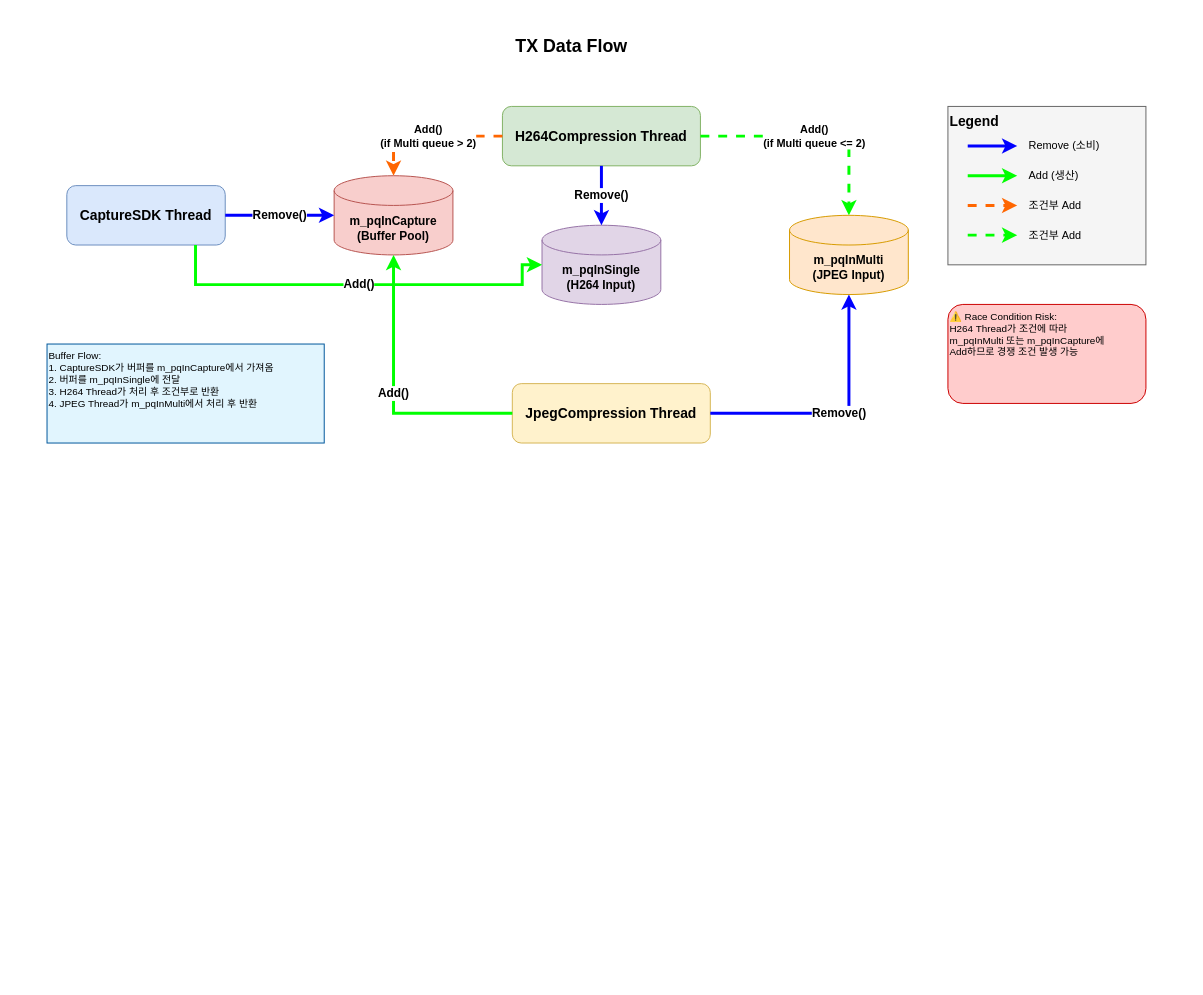
The draw.io diagram UML/mirero/TxArch.drawio in rhkdguskim/Study, before the edit. Source tidied: cells renumbered, new cells numbered last; positions are measured from the earlier drawing's top-left corner, leaving out a move shared by most shapes. Both pictures are drawn from the tidied source at 99%, with x=0, y=0 at pixel (47, 27).
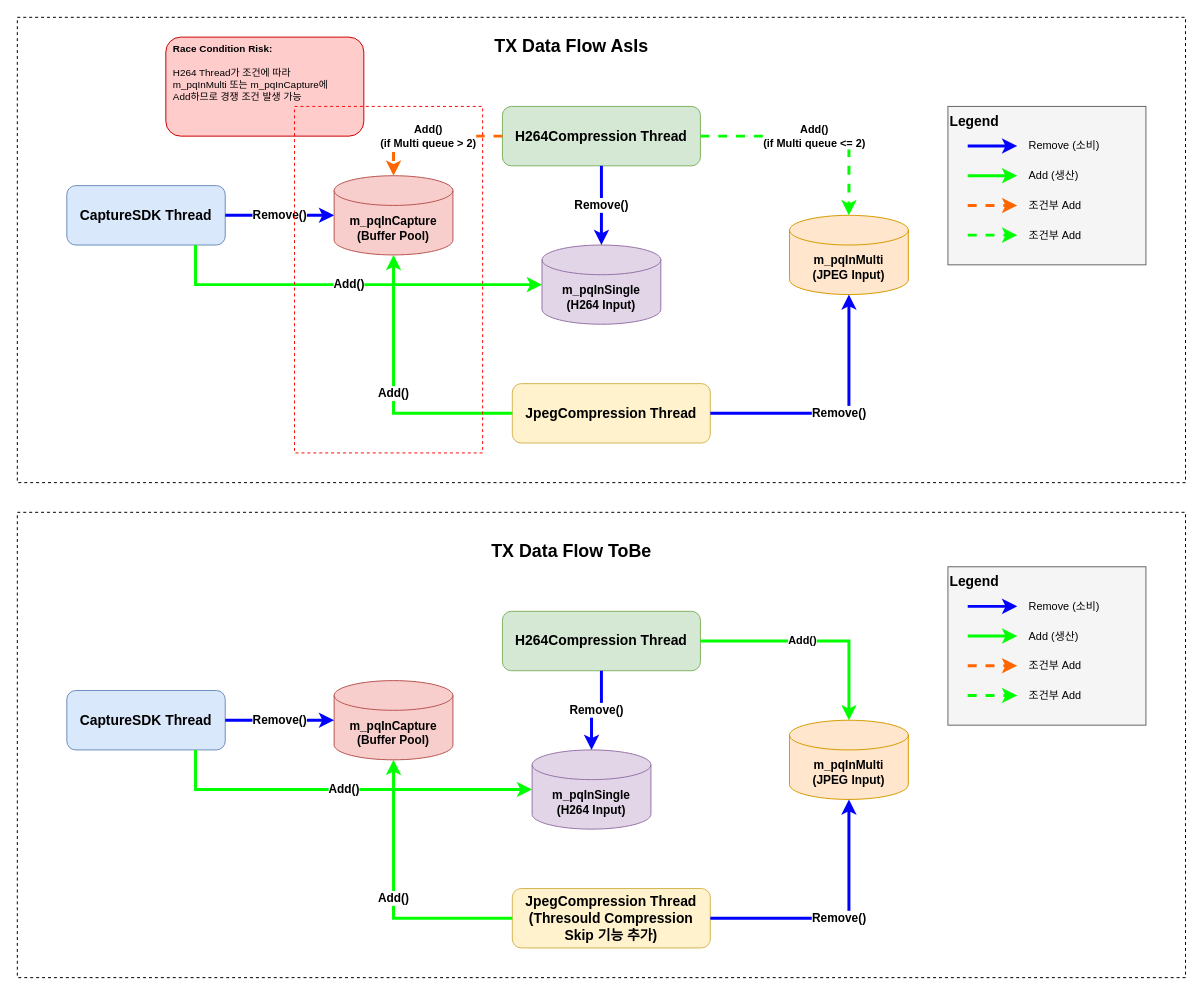
After the change.

The change refers to these unchanged cells:
```xml
<mxCell id="2" value="CaptureSDK Thread" style="rounded=1;whiteSpace=wrap;html=1;fillColor=#dae8fc;strokeColor=#6c8ebf;fontSize=14;fontStyle=1;" parent="1" vertex="1">
  <mxGeometry x="20" y="160" width="160" height="60" as="geometry" />
</mxCell>
```

What changed in the source:
```diff
@@
+    <mxCell id="27" style="rounded=0;whiteSpace=wrap;html=1;fillColor=none;dashed=1;" parent="1" vertex="1">
+      <mxGeometry x="-30" y="490" width="1180" height="470" as="geometry" />
+    </mxCell>
+    <mxCell id="28" style="rounded=0;whiteSpace=wrap;html=1;fillColor=none;dashed=1;" parent="1" vertex="1">
+      <mxGeometry x="-30" y="-10" width="1180" height="470" as="geometry" />
+    </mxCell>
@@
     <mxCell id="6" value="m_pqInSingle&lt;br&gt;(H264 Input)" style="shape=cylinder3;whiteSpace=wrap;html=1;boundedLbl=1;backgroundOutline=1;size=15;fillColor=#e1d5e7;strokeColor=#9673a6;fontSize=12;fontStyle=1;" parent="1" vertex="1">
-      <mxGeometry x="500" y="200" width="120" height="80" as="geometry" />
+      <mxGeometry x="500" y="220" width="120" height="80" as="geometry" />
     </mxCell>
@@
     <mxCell id="9" value="Add()" style="edgeStyle=orthogonalEdgeStyle;rounded=0;jettySize=auto;html=1;strokeWidth=3;strokeColor=#00FF00;fontSize=12;fontStyle=1;entryX=0;entryY=0.5;entryDx=0;entryDy=0;entryPerimeter=0;" parent="1" edge="1" source="2" target="6">
       <mxGeometry relative="1" as="geometry">
         <Array as="points">
           <mxPoint x="150" y="260" />
-          <mxPoint x="480" y="260" />
-          <mxPoint x="480" y="240" />
+          <mxPoint x="500" y="260" />
         </Array>
       </mxGeometry>
     </mxCell>
@@
-    <mxCell id="24" value="TX Data Flow" style="text;html=1;strokeColor=none;fillColor=none;align=center;verticalAlign=middle;whiteSpace=wrap;rounded=0;fontSize=18;fontStyle=1;" parent="1" vertex="1">
+    <mxCell id="24" value="TX Data Flow AsIs" style="text;html=1;strokeColor=none;fillColor=none;align=center;verticalAlign=middle;whiteSpace=wrap;rounded=0;fontSize=18;fontStyle=1;" parent="1" vertex="1">
       <mxGeometry x="310" width="440" height="40" as="geometry" />
     </mxCell>
-    <mxCell id="25" value="⚠️ Race Condition Risk:&lt;br&gt;H264 Thread가 조건에 따라&lt;br&gt;m_pqInMulti 또는 m_pqInCapture에&lt;br&gt;Add하므로 경쟁 조건 발생 가능" style="rounded=1;whiteSpace=wrap;html=1;fillColor=#ffcccc;strokeColor=#cc0000;fontSize=10;align=left;verticalAlign=top;" parent="1" vertex="1">
-      <mxGeometry x="910" y="280" width="200" height="100" as="geometry" />
+    <mxCell id="25" value="&lt;b&gt;&amp;nbsp; Race Condition Risk:&lt;br&gt;&lt;/b&gt;&lt;br&gt;&amp;nbsp; H264 Thread가 조건에 따라&lt;br&gt;&amp;nbsp; m_pqInMulti 또는 m_pqInCapture에&lt;br&gt;&amp;nbsp; Add하므로 경쟁 조건 발생 가능" style="rounded=1;whiteSpace=wrap;html=1;fillColor=#ffcccc;strokeColor=#cc0000;fontSize=10;align=left;verticalAlign=top;" parent="1" vertex="1">
+      <mxGeometry x="120" y="10" width="200" height="100" as="geometry" />
     </mxCell>
-    <mxCell id="26" value="Buffer Flow:&lt;br&gt;1. CaptureSDK가 버퍼를 m_pqInCapture에서 가져옴&lt;br&gt;2. 버퍼를 m_pqInSingle에 전달&lt;br&gt;3. H264 Thread가 처리 후 조건부로 반환&lt;br&gt;4. JPEG Thread가 m_pqInMulti에서 처리 후 반환" style="rounded=0;whiteSpace=wrap;html=1;fillColor=#e1f5fe;strokeColor=#01579b;fontSize=10;align=left;verticalAlign=top;" parent="1" vertex="1">
-      <mxGeometry y="320" width="280" height="100" as="geometry" />
-    </mxCell>
+    <mxCell id="29" value="CaptureSDK Thread" style="rounded=1;whiteSpace=wrap;html=1;fillColor=#dae8fc;strokeColor=#6c8ebf;fontSize=14;fontStyle=1;" parent="1" vertex="1">
+      <mxGeometry x="20" y="670" width="160" height="60" as="geometry" />
+    </mxCell>
+    <mxCell id="30" value="H264Compression Thread" style="rounded=1;whiteSpace=wrap;html=1;fillColor=#d5e8d4;strokeColor=#82b366;fontSize=14;fontStyle=1;" parent="1" vertex="1">
+      <mxGeometry x="460" y="590" width="200" height="60" as="geometry" />
+    </mxCell>
+    <mxCell id="31" value="JpegCompression Thread&lt;br&gt;(Thresould Compression Skip 기능 추가)" style="rounded=1;whiteSpace=wrap;html=1;fillColor=#fff2cc;strokeColor=#d6b656;fontSize=14;fontStyle=1;" parent="1" vertex="1">
+      <mxGeometry x="470" y="870" width="200" height="60" as="geometry" />
+    </mxCell>
+    <mxCell id="32" value="m_pqInCapture&lt;br&gt;(Buffer Pool)" style="shape=cylinder3;whiteSpace=wrap;html=1;boundedLbl=1;backgroundOutline=1;size=15;fillColor=#f8cecc;strokeColor=#b85450;fontSize=12;fontStyle=1;" parent="1" vertex="1">
+      <mxGeometry x="290" y="660" width="120" height="80" as="geometry" />
+    </mxCell>
+    <mxCell id="33" value="m_pqInSingle&lt;br&gt;(H264 Input)" style="shape=cylinder3;whiteSpace=wrap;html=1;boundedLbl=1;backgroundOutline=1;size=15;fillColor=#e1d5e7;strokeColor=#9673a6;fontSize=12;fontStyle=1;" parent="1" vertex="1">
+      <mxGeometry x="490" y="730" width="120" height="80" as="geometry" />
+    </mxCell>
+    <mxCell id="34" value="m_pqInMulti&lt;br&gt;(JPEG Input)" style="shape=cylinder3;whiteSpace=wrap;html=1;boundedLbl=1;backgroundOutline=1;size=15;fillColor=#ffe6cc;strokeColor=#d79b00;fontSize=12;fontStyle=1;" parent="1" vertex="1">
+      <mxGeometry x="750" y="700" width="120" height="80" as="geometry" />
+    </mxCell>
+    <mxCell id="35" value="Remove()" style="edgeStyle=orthogonalEdgeStyle;rounded=0;jettySize=auto;html=1;strokeWidth=3;strokeColor=#0000FF;fontSize=12;fontStyle=1;" parent="1" edge="1" source="29" target="32">
+      <mxGeometry relative="1" as="geometry" />
+    </mxCell>
+    <mxCell id="36" value="Add()" style="edgeStyle=orthogonalEdgeStyle;rounded=0;jettySize=auto;html=1;strokeWidth=3;strokeColor=#00FF00;fontSize=12;fontStyle=1;entryX=0;entryY=0.5;entryDx=0;entryDy=0;entryPerimeter=0;" parent="1" edge="1" source="29" target="33">
+      <mxGeometry relative="1" as="geometry">
+        <Array as="points">
+          <mxPoint x="150" y="770" />
+        </Array>
+      </mxGeometry>
+    </mxCell>
+    <mxCell id="37" value="Remove()" style="edgeStyle=orthogonalEdgeStyle;rounded=0;jettySize=auto;html=1;strokeWidth=3;strokeColor=#0000FF;fontSize=12;fontStyle=1;exitX=0.5;exitY=1;exitDx=0;exitDy=0;entryX=0.5;entryY=0;entryDx=0;entryDy=0;entryPerimeter=0;" parent="1" edge="1" source="30" target="33">
+      <mxGeometry relative="1" as="geometry" />
+    </mxCell>
+    <mxCell id="38" style="edgeStyle=orthogonalEdgeStyle;rounded=0;jettySize=auto;html=1;strokeWidth=3;strokeColor=#00FF00;fontSize=11;fontStyle=1;exitX=1;exitY=0.5;exitDx=0;exitDy=0;entryX=0.5;entryY=0;entryDx=0;entryDy=0;entryPerimeter=0;" parent="1" edge="1" source="30" target="34">
+      <mxGeometry relative="1" as="geometry">
+        <Array as="points">
+          <mxPoint x="810" y="620" />
+        </Array>
+      </mxGeometry>
+    </mxCell>
+    <mxCell id="39" value="&lt;b&gt;Add()&lt;/b&gt;" style="edgeLabel;html=1;align=center;verticalAlign=middle;" parent="38" vertex="1">
+      <mxGeometry x="-0.11" y="2" relative="1" as="geometry" />
+    </mxCell>
+    <mxCell id="40" value="Remove()" style="edgeStyle=orthogonalEdgeStyle;rounded=0;jettySize=auto;html=1;strokeWidth=3;strokeColor=#0000FF;fontSize=12;fontStyle=1;exitX=1;exitY=0.5;exitDx=0;exitDy=0;entryX=0.5;entryY=1;entryDx=0;entryDy=0;entryPerimeter=0;" parent="1" edge="1" source="31" target="34">
+      <mxGeometry relative="1" as="geometry">
+        <Array as="points">
+          <mxPoint x="810" y="900" />
+        </Array>
+      </mxGeometry>
+    </mxCell>
+    <mxCell id="41" value="Add()" style="edgeStyle=orthogonalEdgeStyle;rounded=0;jettySize=auto;html=1;strokeWidth=3;strokeColor=#00FF00;fontSize=12;fontStyle=1;exitX=0;exitY=0.5;exitDx=0;exitDy=0;entryX=0.5;entryY=1;entryDx=0;entryDy=0;entryPerimeter=0;" parent="1" edge="1" source="31" target="32">
+      <mxGeometry relative="1" as="geometry">
+        <Array as="points">
+          <mxPoint x="350" y="900" />
+        </Array>
+      </mxGeometry>
+    </mxCell>
+    <mxCell id="42" value="TX Data Flow ToBe" style="text;html=1;strokeColor=none;fillColor=none;align=center;verticalAlign=middle;whiteSpace=wrap;rounded=0;fontSize=18;fontStyle=1;" parent="1" vertex="1">
+      <mxGeometry x="310" y="510" width="440" height="40" as="geometry" />
+    </mxCell>
+    <mxCell id="43" value="Legend" style="rounded=0;whiteSpace=wrap;html=1;fillColor=#f5f5f5;strokeColor=#666666;fontSize=14;fontStyle=1;align=left;verticalAlign=top;" parent="1" vertex="1">
+      <mxGeometry x="910" y="545" width="200" height="160" as="geometry" />
+    </mxCell>
+    <mxCell id="44" style="endArrow=classic;html=1;strokeWidth=3;strokeColor=#0000FF;" parent="1" edge="1">
+      <mxGeometry relative="1" as="geometry">
+        <mxPoint x="930" y="585" as="sourcePoint" />
+        <mxPoint x="980" y="585" as="targetPoint" />
+      </mxGeometry>
+    </mxCell>
+    <mxCell id="45" value="Remove (소비)" style="text;html=1;align=left;verticalAlign=middle;fontSize=11;" parent="1" vertex="1">
+      <mxGeometry x="990" y="575" width="100" height="20" as="geometry" />
+    </mxCell>
+    <mxCell id="46" style="endArrow=classic;html=1;strokeWidth=3;strokeColor=#00FF00;" parent="1" edge="1">
+      <mxGeometry relative="1" as="geometry">
+        <mxPoint x="930" y="615" as="sourcePoint" />
+        <mxPoint x="980" y="615" as="targetPoint" />
+      </mxGeometry>
+    </mxCell>
+    <mxCell id="47" value="Add (생산)" style="text;html=1;align=left;verticalAlign=middle;fontSize=11;" parent="1" vertex="1">
+      <mxGeometry x="990" y="605" width="100" height="20" as="geometry" />
+    </mxCell>
+    <mxCell id="48" style="endArrow=classic;html=1;strokeWidth=3;strokeColor=#FF6600;dashed=1;" parent="1" edge="1">
+      <mxGeometry relative="1" as="geometry">
+        <mxPoint x="930" y="645" as="sourcePoint" />
+        <mxPoint x="980" y="645" as="targetPoint" />
+      </mxGeometry>
+    </mxCell>
+    <mxCell id="49" value="조건부 Add" style="text;html=1;align=left;verticalAlign=middle;fontSize=11;" parent="1" vertex="1">
+      <mxGeometry x="990" y="635" width="100" height="20" as="geometry" />
+    </mxCell>
+    <mxCell id="50" style="endArrow=classic;html=1;strokeWidth=3;strokeColor=#00FF00;dashed=1;" parent="1" edge="1">
+      <mxGeometry relative="1" as="geometry">
+        <mxPoint x="930" y="675" as="sourcePoint" />
+        <mxPoint x="980" y="675" as="targetPoint" />
+      </mxGeometry>
+    </mxCell>
+    <mxCell id="51" value="조건부 Add" style="text;html=1;align=left;verticalAlign=middle;fontSize=11;" parent="1" vertex="1">
+      <mxGeometry x="990" y="665" width="100" height="20" as="geometry" />
+    </mxCell>
+    <mxCell id="52" style="rounded=0;whiteSpace=wrap;html=1;dashed=1;fillColor=none;strokeColor=#FF0808;" parent="1" vertex="1">
+      <mxGeometry x="250" y="80" width="190" height="350" as="geometry" />
+    </mxCell>
```
